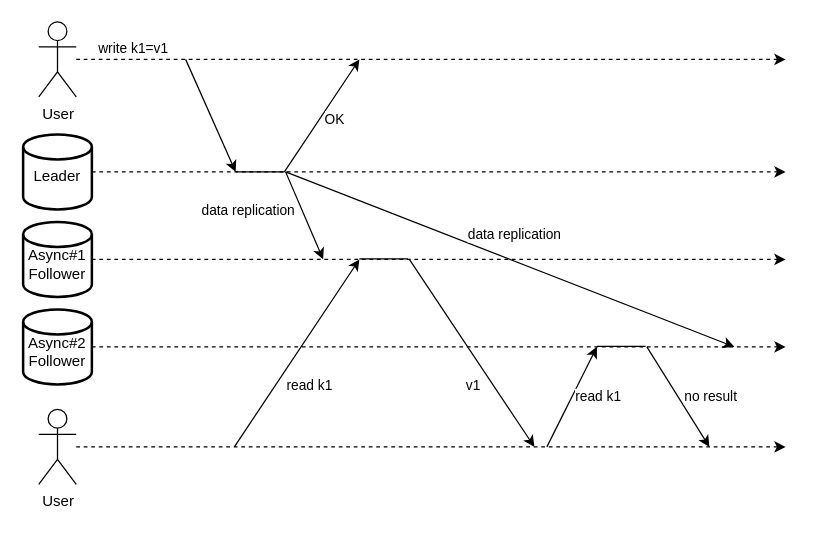
The draw.io diagram designing_data_intensive_applications/chapter5/figure2.drawio in Counterfly/medium, before the edit. Source tidied: cells renumbered, new cells numbered last; positions are measured from the earlier drawing's top-left corner, leaving out a move shared by most shapes. Both pictures are drawn from the tidied source at 125%, with x=0, y=0 at pixel (22, 21).
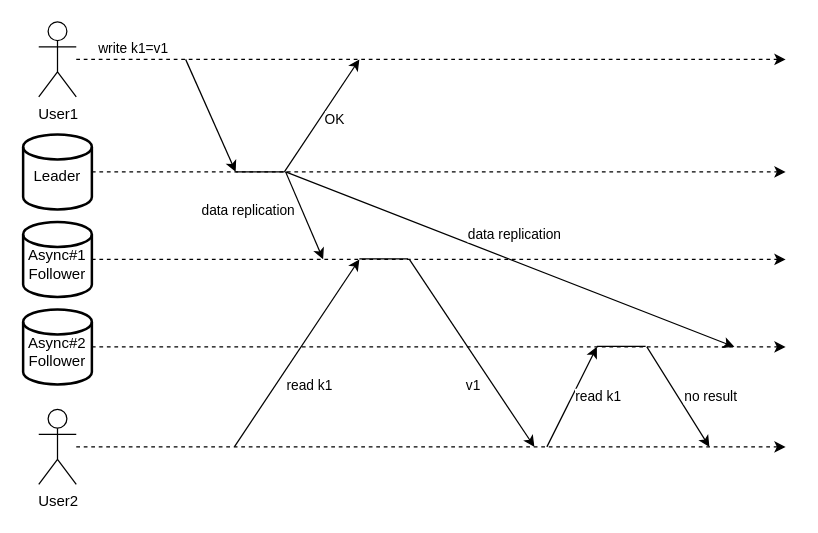
The same diagram, later.

Change to the diagram source:
```diff
@@
-    <mxCell id="4" value="User" style="shape=umlActor;verticalLabelPosition=bottom;verticalAlign=top;html=1;outlineConnect=0;" parent="1" vertex="1">
+    <mxCell id="4" value="User1" style="shape=umlActor;verticalLabelPosition=bottom;verticalAlign=top;html=1;outlineConnect=0;" parent="1" vertex="1">
       <mxGeometry x="12.5" width="30" height="60" as="geometry" />
     </mxCell>
@@
-    <mxCell id="20" value="User" style="shape=umlActor;verticalLabelPosition=bottom;verticalAlign=top;html=1;outlineConnect=0;" parent="1" vertex="1">
+    <mxCell id="20" value="User2" style="shape=umlActor;verticalLabelPosition=bottom;verticalAlign=top;html=1;outlineConnect=0;" parent="1" vertex="1">
       <mxGeometry x="12.5" y="310" width="30" height="60" as="geometry" />
     </mxCell>
```
